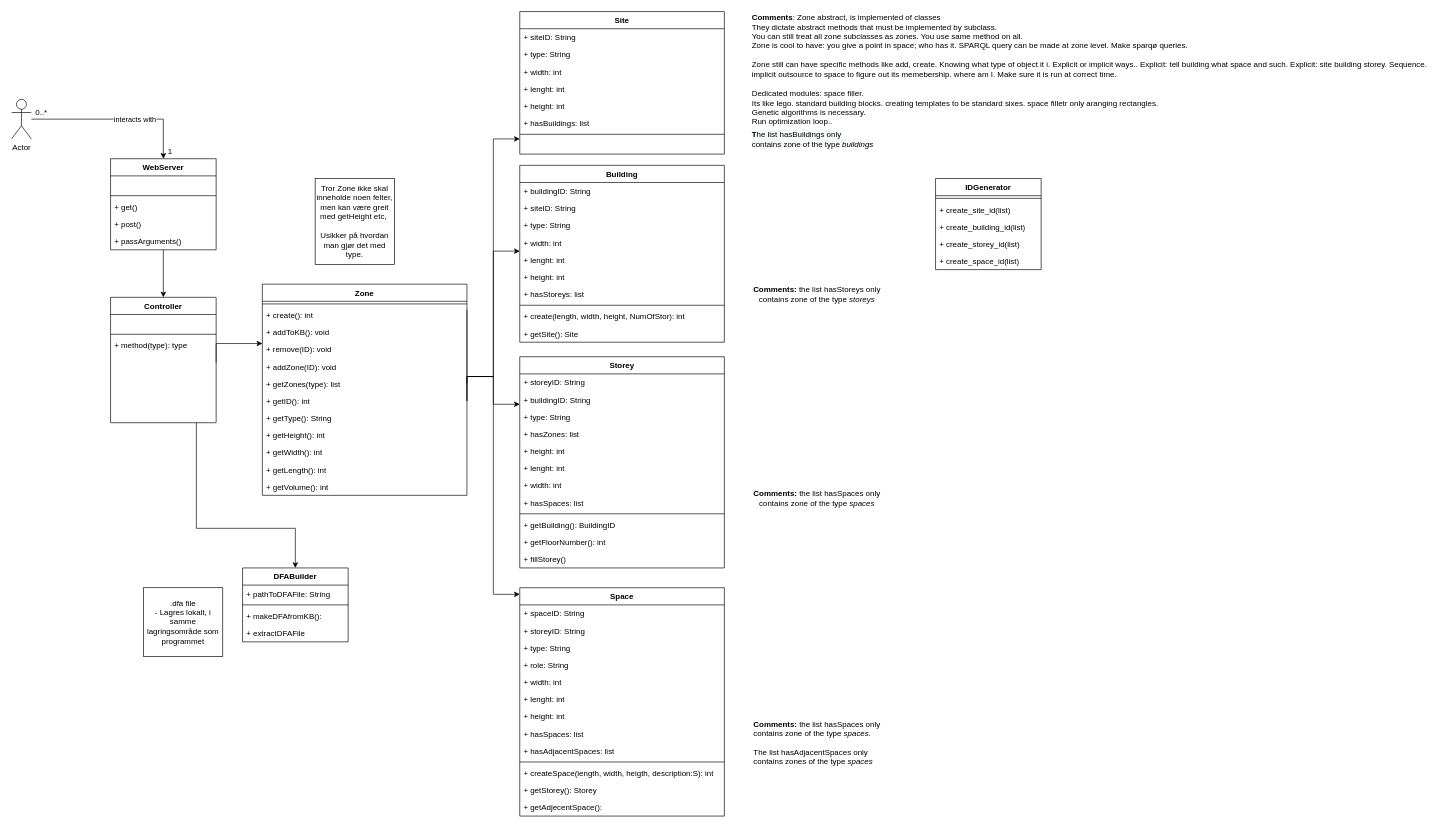
This is page "Design Class Diagram" (7 of 9) of Diagrams/Diagrams.drawio from Hallvaeb/automation-p2-construction-knowledge-base, a draw.io file, before an edit. Source tidied: cells renumbered, new cells numbered last; positions are measured from the earlier drawing's top-left corner, leaving out a move shared by most shapes. Both pictures are drawn from the tidied source at 66%, with x=0, y=0 at pixel (11, 11).
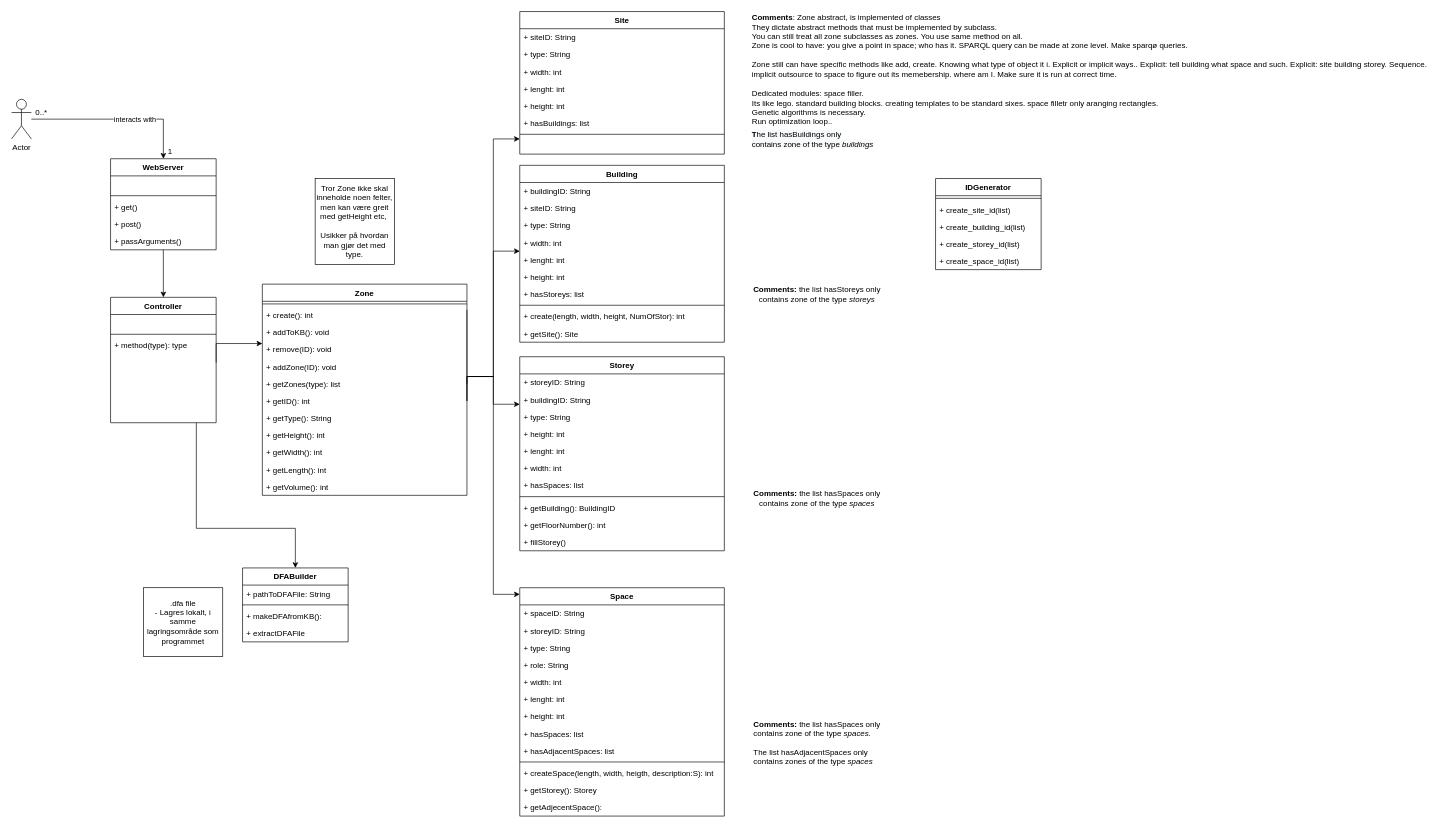
After the change.

The edit, as a diff of the source:
```diff
@@
     <mxCell id="49" value="Storey" style="swimlane;fontStyle=1;align=center;verticalAlign=top;horizontal=1;startSize=26;strokeColor=default;fillColor=default;" parent="1" vertex="1">
-      <mxGeometry x="770" y="523" width="310" height="320" as="geometry" />
+      <mxGeometry x="770" y="523" width="310" height="294" as="geometry" />
     </mxCell>
@@
-    <mxCell id="53" value="+ hasZones: list" style="text;strokeColor=none;fillColor=none;align=left;verticalAlign=top;spacingLeft=4;spacingRight=4;overflow=hidden;" parent="49" vertex="1">
-      <mxGeometry y="104" width="310" height="26" as="geometry" />
-    </mxCell>
     <mxCell id="54" value="+ height: int" style="text;strokeColor=none;fillColor=none;align=left;verticalAlign=top;spacingLeft=4;spacingRight=4;overflow=hidden;" parent="49" vertex="1">
-      <mxGeometry y="130" width="310" height="26" as="geometry" />
+      <mxGeometry y="104" width="310" height="26" as="geometry" />
     </mxCell>
     <mxCell id="55" value="+ lenght: int" style="text;strokeColor=none;fillColor=none;align=left;verticalAlign=top;spacingLeft=4;spacingRight=4;overflow=hidden;" parent="49" vertex="1">
-      <mxGeometry y="156" width="310" height="26" as="geometry" />
+      <mxGeometry y="130" width="310" height="26" as="geometry" />
     </mxCell>
     <mxCell id="56" value="+ width: int" style="text;strokeColor=none;fillColor=none;align=left;verticalAlign=top;spacingLeft=4;spacingRight=4;overflow=hidden;" parent="49" vertex="1">
-      <mxGeometry y="182" width="310" height="26" as="geometry" />
+      <mxGeometry y="156" width="310" height="26" as="geometry" />
     </mxCell>
     <mxCell id="57" value="+ hasSpaces: list" style="text;strokeColor=none;fillColor=none;align=left;verticalAlign=top;spacingLeft=4;spacingRight=4;overflow=hidden;" parent="49" vertex="1">
-      <mxGeometry y="208" width="310" height="26" as="geometry" />
+      <mxGeometry y="182" width="310" height="26" as="geometry" />
     </mxCell>
     <mxCell id="58" style="line;strokeWidth=1;fillColor=none;align=left;verticalAlign=middle;spacingTop=-1;spacingLeft=3;spacingRight=3;labelPosition=right;" parent="49" vertex="1">
-      <mxGeometry y="234" width="310" height="8" as="geometry" />
+      <mxGeometry y="208" width="310" height="8" as="geometry" />
     </mxCell>
     <mxCell id="59" value="+ getBuilding(): BuildingID" style="text;strokeColor=none;fillColor=none;align=left;verticalAlign=top;spacingLeft=4;spacingRight=4;overflow=hidden;" parent="49" vertex="1">
-      <mxGeometry y="242" width="310" height="26" as="geometry" />
+      <mxGeometry y="216" width="310" height="26" as="geometry" />
     </mxCell>
     <mxCell id="60" value="+ getFloorNumber(): int" style="text;strokeColor=none;fillColor=none;align=left;verticalAlign=top;spacingLeft=4;spacingRight=4;overflow=hidden;" parent="49" vertex="1">
-      <mxGeometry y="268" width="310" height="26" as="geometry" />
+      <mxGeometry y="242" width="310" height="26" as="geometry" />
     </mxCell>
     <mxCell id="61" value="+ fillStorey()" style="text;strokeColor=none;fillColor=none;align=left;verticalAlign=top;spacingLeft=4;spacingRight=4;overflow=hidden;" parent="49" vertex="1">
-      <mxGeometry y="294" width="310" height="26" as="geometry" />
+      <mxGeometry y="268" width="310" height="26" as="geometry" />
     </mxCell>
```
